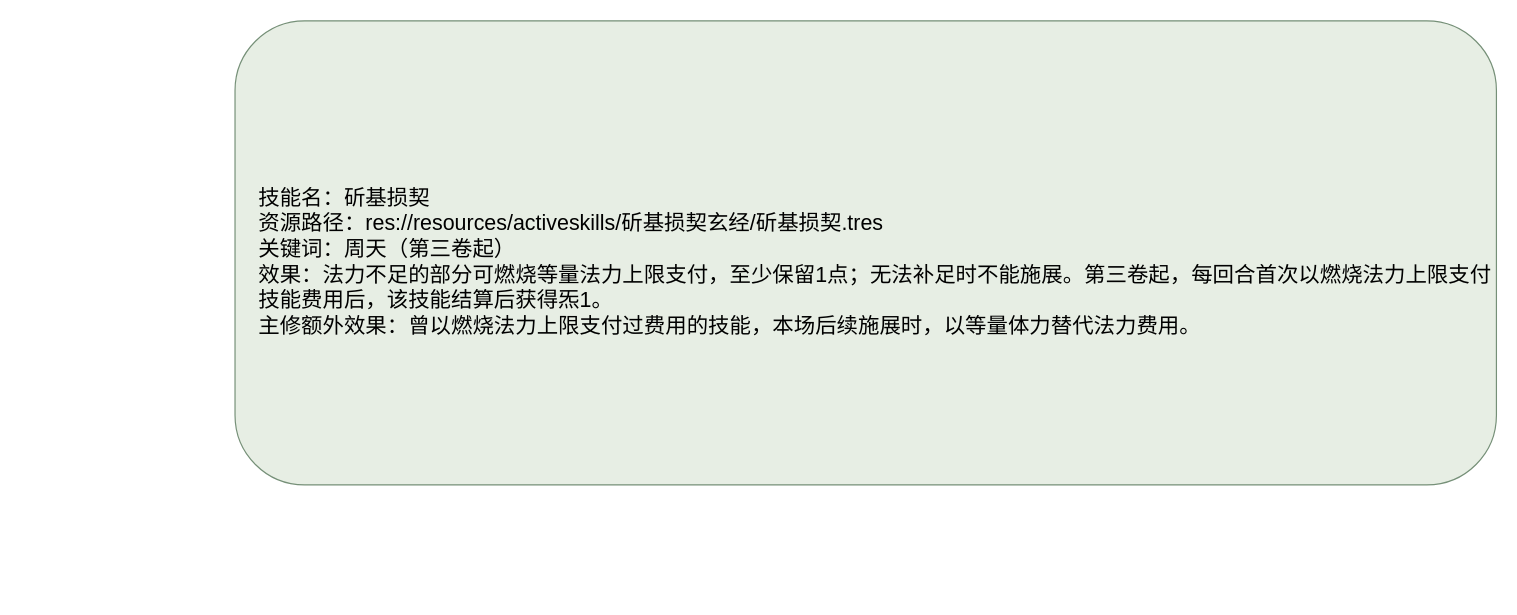
Above: page "斫基损契" (1 of 2) of docs/卡牌词典/秘籍技能/斫基损契玄经/斫基损契.drawio in ankundanetracyc-spec/tian-guan-you-du (draw.io), before the change. Source tidied: cells renumbered, new cells numbered last; positions are measured from the earlier drawing's top-left corner, leaving out a move shared by most shapes. Both pictures are drawn from the tidied source at 119%, with x=0, y=0 at pixel (234, 20).
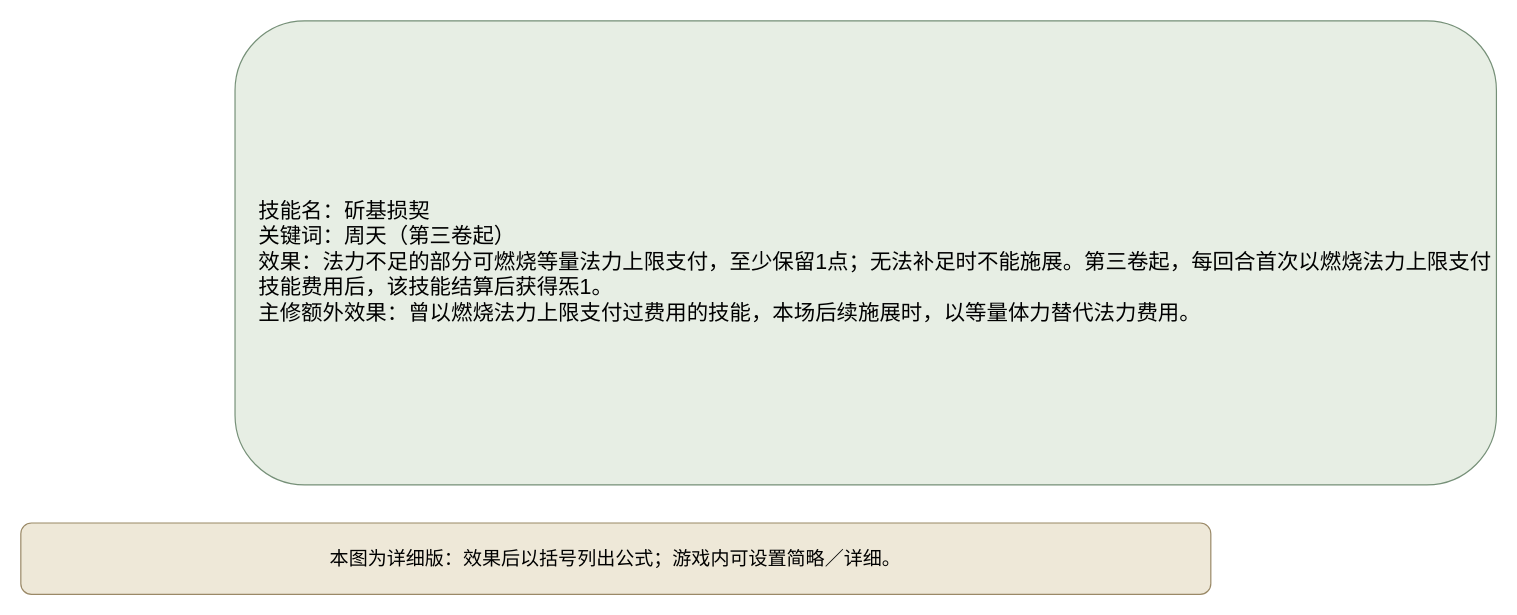
The same page after the edit.

The edit, as a diff of the source:
```diff
@@
 <mxGraphModel>
   <root>
     <mxCell id="0" />
     <mxCell id="1" parent="0" />
-    <mxCell id="2" value="&lt;div style=&quot;text-align:left;&quot;&gt;技能名：斫基损契&lt;br&gt;资源路径：res://resources/activeskills/斫基损契玄经/斫基损契.tres&lt;br&gt;关键词：周天（第三卷起）&lt;br&gt;效果：法力不足的部分可燃烧等量法力上限支付，至少保留1点；无法补足时不能施展。第三卷起，每回合首次以燃烧法力上限支付技能费用后，该技能结算后获得炁1。&lt;br&gt;主修额外效果：曾以燃烧法力上限支付过费用的技能，本场后续施展时，以等量体力替代法力费用。&lt;/div&gt;" style="rounded=1;whiteSpace=wrap;html=1;fillColor=#e7eee4;strokeColor=#769078;fontSize=18;align=left;spacingLeft=18;spacingTop=16;" parent="1" vertex="1">
+    <mxCell id="2" value="技能名：斫基损契&#10;关键词：周天（第三卷起）&#10;效果：法力不足的部分可燃烧等量法力上限支付，至少保留1点；无法补足时不能施展。第三卷起，每回合首次以燃烧法力上限支付技能费用后，该技能结算后获得炁1。&#10;主修额外效果：曾以燃烧法力上限支付过费用的技能，本场后续施展时，以等量体力替代法力费用。" style="rounded=1;whiteSpace=wrap;html=1;fillColor=#e7eee4;strokeColor=#769078;fontSize=18;align=left;spacingLeft=18;spacingTop=16;" parent="1" vertex="1">
       <mxGeometry width="1060" height="390" as="geometry" />
     </mxCell>
+    <mxCell id="3" value="本图为详细版：效果后以括号列出公式；游戏内可设置简略／详细。" style="rounded=1;whiteSpace=wrap;html=1;fillColor=#eee8d8;strokeColor=#9a8967;fontSize=16;" parent="1" vertex="1">
+      <mxGeometry x="-180" y="422" width="1000" height="60" as="geometry" />
+    </mxCell>
   </root>
 </mxGraphModel>
```
